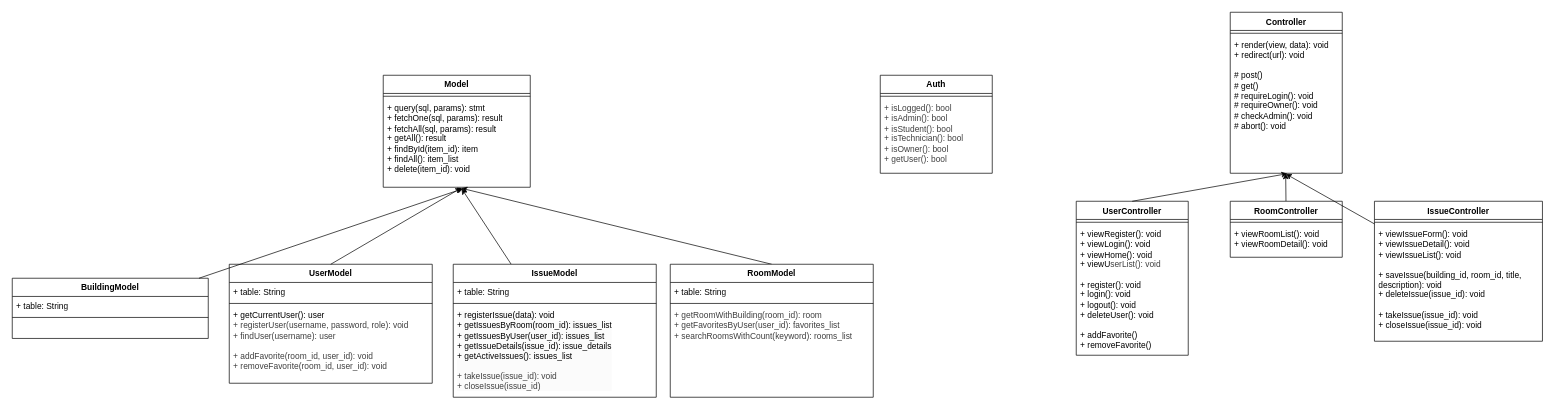
Before: docs/Schemi/diagramma_classi.drawio in LukeSlongo/progetto_tecweb, a draw.io diagram. Source tidied: cells renumbered, new cells numbered last; positions are measured from the earlier drawing's top-left corner, leaving out a move shared by most shapes. Both pictures are drawn from the tidied source at 70%, with x=0, y=0 at pixel (12, 12).
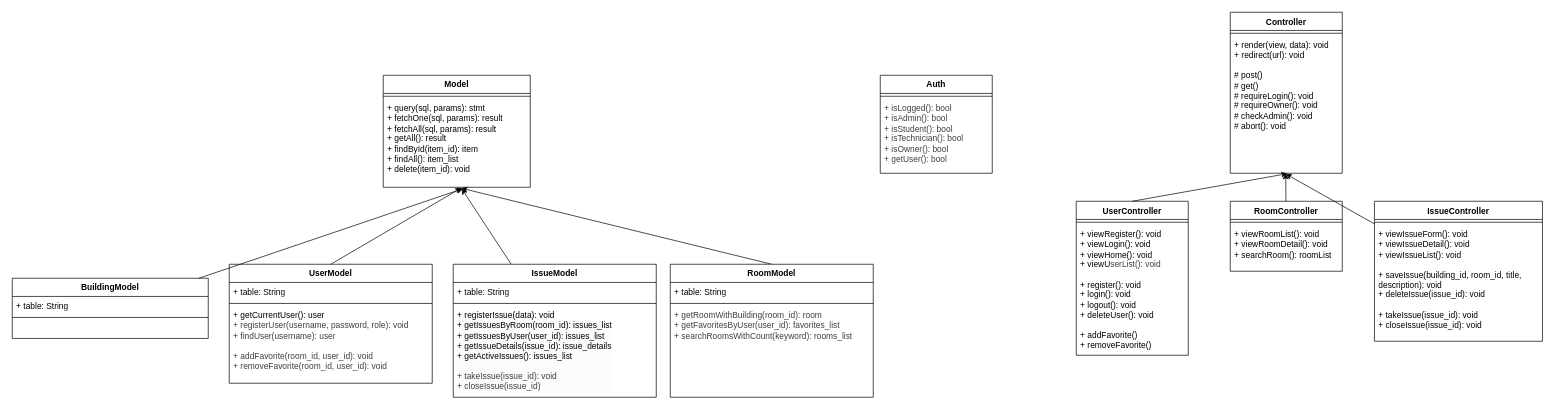
The same page after the edit.

Change to the diagram source:
```diff
@@
     <mxCell id="9" value="RoomController" style="swimlane;fontStyle=1;align=center;verticalAlign=top;horizontal=1;startSize=26;whiteSpace=wrap;html=1;" parent="1" vertex="1">
-      <mxGeometry x="1740" y="270" width="160" height="80" as="geometry" />
+      <mxGeometry x="1740" y="270" width="160" height="100" as="geometry" />
     </mxCell>
@@
-    <mxCell id="11" value="+ viewRoomList(): void&lt;div&gt;+ viewRoomDetail(): void&lt;/div&gt;&lt;div&gt;&lt;br&gt;&lt;/div&gt;" style="text;strokeColor=none;fillColor=none;align=left;verticalAlign=top;spacingLeft=4;spacingRight=4;overflow=hidden;whiteSpace=wrap;html=1;" parent="9" vertex="1">
-      <mxGeometry y="34" width="160" height="46" as="geometry" />
+    <mxCell id="11" value="+ viewRoomList(): void&lt;div&gt;+ viewRoomDetail(): void&lt;/div&gt;&lt;div&gt;+ searchRoom(): roomList&lt;/div&gt;" style="text;strokeColor=none;fillColor=none;align=left;verticalAlign=top;spacingLeft=4;spacingRight=4;overflow=hidden;whiteSpace=wrap;html=1;" parent="9" vertex="1">
+      <mxGeometry y="34" width="160" height="66" as="geometry" />
     </mxCell>
```
